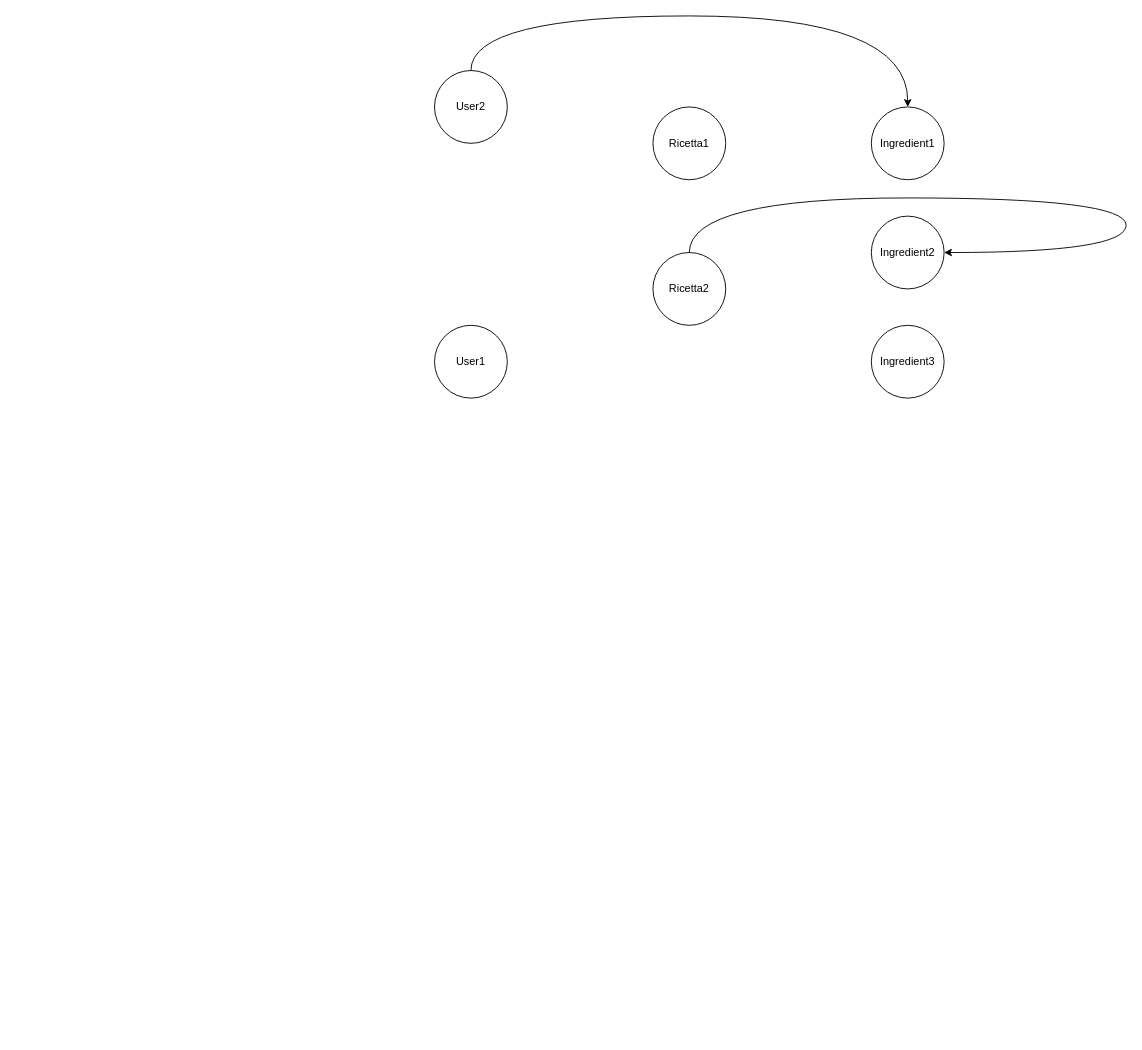
Above: Idea/PowerPoint/Resources/DB.drawio in GiuseppeSoriano/WeFood (draw.io), before the change. Source tidied: cells renumbered, new cells numbered last; positions are measured from the earlier drawing's top-left corner, leaving out a move shared by most shapes. Both pictures are drawn from the tidied source at 91%, with x=0, y=0 at pixel (434, 15).
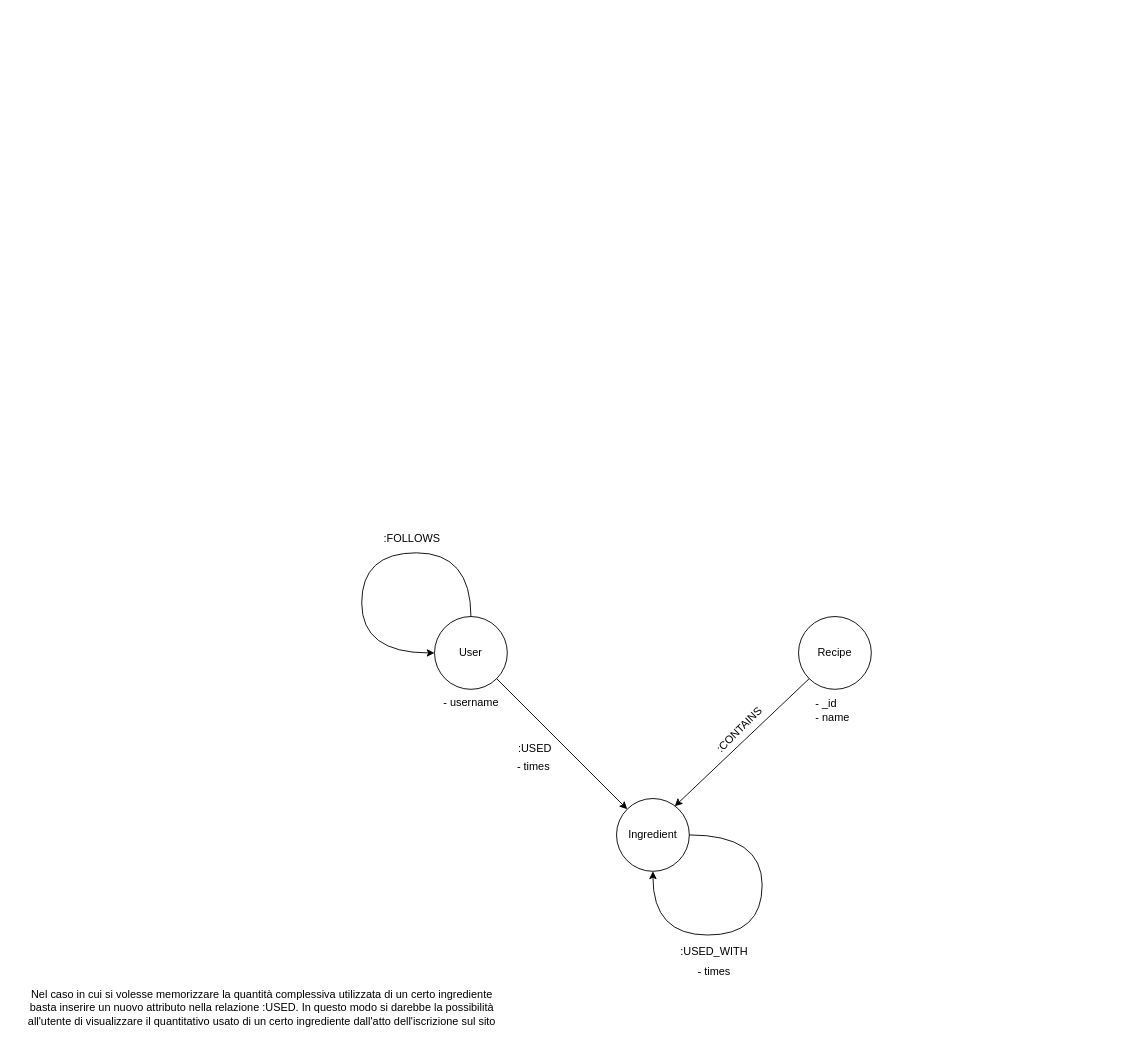
The same page after the edit.

Change to the diagram source:
```diff
@@
-    <mxCell id="2" value="Ricetta1" style="ellipse;whiteSpace=wrap;html=1;" parent="1" vertex="1">
-      <mxGeometry x="240" y="100" width="80" height="80" as="geometry" />
-    </mxCell>
-    <mxCell id="3" value="Ingredient2" style="ellipse;whiteSpace=wrap;html=1;" parent="1" vertex="1">
-      <mxGeometry x="480" y="220" width="80" height="80" as="geometry" />
-    </mxCell>
-    <mxCell id="4" value="Ingredient1" style="ellipse;whiteSpace=wrap;html=1;" parent="1" vertex="1">
-      <mxGeometry x="480" y="100" width="80" height="80" as="geometry" />
-    </mxCell>
-    <mxCell id="5" value="User1" style="ellipse;whiteSpace=wrap;html=1;" parent="1" vertex="1">
-      <mxGeometry y="340" width="80" height="80" as="geometry" />
-    </mxCell>
-    <mxCell id="6" value="Ricetta2" style="ellipse;whiteSpace=wrap;html=1;" parent="1" vertex="1">
-      <mxGeometry x="240" y="260" width="80" height="80" as="geometry" />
-    </mxCell>
-    <mxCell id="7" value="Ingredient3" style="ellipse;whiteSpace=wrap;html=1;" parent="1" vertex="1">
-      <mxGeometry x="480" y="340" width="80" height="80" as="geometry" />
-    </mxCell>
-    <mxCell id="8" value="User2" style="ellipse;whiteSpace=wrap;html=1;" parent="1" vertex="1">
-      <mxGeometry y="60" width="80" height="80" as="geometry" />
-    </mxCell>
-    <mxCell id="9" style="curved=1;endArrow=classic;html=1;rounded=0;edgeStyle=orthogonalEdgeStyle;entryX=0.5;entryY=0;entryDx=0;entryDy=0;exitX=0.5;exitY=0;exitDx=0;exitDy=0;" parent="1" edge="1" source="8" target="4">
-      <mxGeometry relative="1" as="geometry">
-        <Array as="points">
-          <mxPoint x="40" />
-          <mxPoint x="520" />
-        </Array>
-      </mxGeometry>
-    </mxCell>
-    <mxCell id="10" style="curved=1;endArrow=classic;html=1;rounded=0;edgeStyle=orthogonalEdgeStyle;exitX=0.5;exitY=0;exitDx=0;exitDy=0;entryX=1;entryY=0.5;entryDx=0;entryDy=0;" parent="1" edge="1" target="3">
-      <mxGeometry relative="1" as="geometry">
-        <mxPoint x="280" y="260" as="sourcePoint" />
-        <Array as="points">
-          <mxPoint x="280" y="200" />
-          <mxPoint x="760" y="200" />
-          <mxPoint x="760" y="260" />
-        </Array>
-      </mxGeometry>
-    </mxCell>
+    <mxCell id="11" value="User" style="ellipse;whiteSpace=wrap;html=1;" parent="1" vertex="1">
+      <mxGeometry y="660" width="80" height="80" as="geometry" />
+    </mxCell>
+    <mxCell id="12" value="Ingredient" style="ellipse;whiteSpace=wrap;html=1;" parent="1" vertex="1">
+      <mxGeometry x="200" y="860" width="80" height="80" as="geometry" />
+    </mxCell>
+    <mxCell id="13" style="curved=1;endArrow=classic;html=1;rounded=0;entryX=0;entryY=0.5;entryDx=0;entryDy=0;" parent="1" edge="1" target="11">
+      <mxGeometry relative="1" as="geometry">
+        <mxPoint x="40" y="660" as="sourcePoint" />
+        <Array as="points">
+          <mxPoint x="40" y="590" />
+          <mxPoint x="-80" y="590" />
+          <mxPoint x="-80" y="700" />
+        </Array>
+      </mxGeometry>
+    </mxCell>
+    <mxCell id="14" value=":FOLLOWS" style="text;html=1;align=center;verticalAlign=middle;strokeColor=none;fillColor=none;" parent="1" vertex="1">
+      <mxGeometry x="-70" y="560" width="90" height="30" as="geometry" />
+    </mxCell>
+    <mxCell id="15" value="Recipe" style="ellipse;whiteSpace=wrap;html=1;" parent="1" vertex="1">
+      <mxGeometry x="400" y="660" width="80" height="80" as="geometry" />
+    </mxCell>
+    <mxCell id="16" style="endArrow=classic;html=1;rounded=0;exitX=0;exitY=1;exitDx=0;exitDy=0;entryX=0.8;entryY=0.106;entryDx=0;entryDy=0;entryPerimeter=0;" parent="1" edge="1" source="15" target="12">
+      <mxGeometry relative="1" as="geometry" />
+    </mxCell>
+    <mxCell id="17" value=":CONTAINS" style="text;html=1;align=center;verticalAlign=middle;strokeColor=none;fillColor=none;rotation=-45;" parent="1" vertex="1">
+      <mxGeometry x="290" y="770" width="90" height="30" as="geometry" />
+    </mxCell>
+    <mxCell id="18" style="curved=1;endArrow=classic;html=1;rounded=0;entryX=0;entryY=0.5;entryDx=0;entryDy=0;" parent="1" edge="1">
+      <mxGeometry relative="1" as="geometry">
+        <mxPoint x="280" y="900" as="sourcePoint" />
+        <mxPoint x="240" y="940" as="targetPoint" />
+        <Array as="points">
+          <mxPoint x="360" y="900" />
+          <mxPoint x="360" y="1010" />
+          <mxPoint x="240" y="1010" />
+        </Array>
+      </mxGeometry>
+    </mxCell>
+    <mxCell id="19" value=":USED_WITH" style="text;html=1;align=center;verticalAlign=middle;strokeColor=none;fillColor=none;" parent="1" vertex="1">
+      <mxGeometry x="257" y="1013" width="100" height="30" as="geometry" />
+    </mxCell>
+    <mxCell id="20" value="- times" style="text;html=1;align=center;verticalAlign=middle;strokeColor=none;fillColor=none;" parent="1" vertex="1">
+      <mxGeometry x="277" y="1035" width="60" height="30" as="geometry" />
+    </mxCell>
+    <mxCell id="21" style="endArrow=classic;html=1;rounded=0;exitX=1;exitY=1;exitDx=0;exitDy=0;entryX=0;entryY=0;entryDx=0;entryDy=0;" parent="1" edge="1" source="11" target="12">
+      <mxGeometry relative="1" as="geometry" />
+    </mxCell>
+    <mxCell id="22" value=":USED" style="text;html=1;align=center;verticalAlign=middle;strokeColor=none;fillColor=none;rotation=0;" parent="1" vertex="1">
+      <mxGeometry x="80" y="790" width="60" height="30" as="geometry" />
+    </mxCell>
+    <mxCell id="23" value="- username" style="text;html=1;align=center;verticalAlign=middle;strokeColor=none;fillColor=none;" parent="1" vertex="1">
+      <mxGeometry y="740" width="80" height="30" as="geometry" />
+    </mxCell>
+    <mxCell id="24" value="- _id&lt;br&gt;- name" style="text;html=1;align=left;verticalAlign=middle;strokeColor=none;fillColor=none;" parent="1" vertex="1">
+      <mxGeometry x="417" y="743" width="60" height="40" as="geometry" />
+    </mxCell>
+    <mxCell id="25" value="Nel caso in cui si volesse memorizzare la quantità complessiva utilizzata di un certo ingrediente &lt;br&gt;basta inserire un nuovo attributo nella relazione :USED. In questo modo si darebbe la possibilità&lt;br&gt;all'utente di visualizzare il quantitativo usato di un certo ingrediente dall'atto dell'iscrizione sul sito" style="text;html=1;align=center;verticalAlign=middle;strokeColor=none;fillColor=none;" parent="1" vertex="1">
+      <mxGeometry x="-460" y="1060" width="540" height="60" as="geometry" />
+    </mxCell>
+    <mxCell id="26" value="- times" style="text;html=1;align=left;verticalAlign=middle;strokeColor=none;fillColor=none;" parent="1" vertex="1">
+      <mxGeometry x="89" y="810" width="60" height="30" as="geometry" />
+    </mxCell>
```
